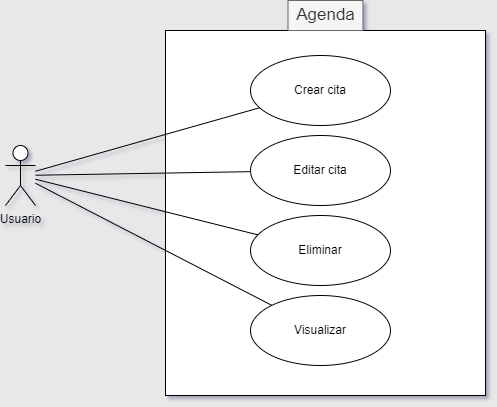
CH3MOO/SpecialityX keeps this draw.io diagram as CU003_Agenda.png. Above is the earlier version. Source tidied: cells renumbered, new cells last; positions are measured from the earlier drawing's top-left corner, leaving out a move shared by most shapes. Its diagram source:
```xml
<mxGraphModel background="#E8E8E8" shadow="1">
  <root>
    <mxCell id="0" />
    <mxCell id="1" parent="0" />
    <mxCell id="2" style="rounded=0;whiteSpace=wrap;html=1;" parent="1" vertex="1">
      <mxGeometry x="160" y="30" width="320" height="365" as="geometry" />
    </mxCell>
    <mxCell id="3" value="Usuario" style="shape=umlActor;verticalLabelPosition=bottom;verticalAlign=top;html=1;outlineConnect=0;" parent="1" vertex="1">
      <mxGeometry y="145" width="30" height="60" as="geometry" />
    </mxCell>
    <mxCell id="4" value="&lt;font style=&quot;vertical-align: inherit; font-size: 17px;&quot;&gt;&lt;font style=&quot;vertical-align: inherit; font-size: 17px;&quot;&gt;Agenda&lt;/font&gt;&lt;/font&gt;" style="text;html=1;align=center;verticalAlign=middle;whiteSpace=wrap;rounded=0;fillColor=#f5f5f5;fontColor=#333333;strokeColor=#666666;fontSize=17;" parent="1" vertex="1">
      <mxGeometry x="282.5" width="75" height="30" as="geometry" />
    </mxCell>
    <mxCell id="5" value="Crear cita" style="ellipse;whiteSpace=wrap;html=1;" parent="1" vertex="1">
      <mxGeometry x="245" y="55" width="140" height="70" as="geometry" />
    </mxCell>
    <mxCell id="6" value="Editar cita" style="ellipse;whiteSpace=wrap;html=1;" parent="1" vertex="1">
      <mxGeometry x="245" y="135" width="140" height="70" as="geometry" />
    </mxCell>
    <mxCell id="7" value="Eliminar" style="ellipse;whiteSpace=wrap;html=1;" parent="1" vertex="1">
      <mxGeometry x="245" y="215" width="140" height="70" as="geometry" />
    </mxCell>
    <mxCell id="8" value="Visualizar" style="ellipse;whiteSpace=wrap;html=1;" parent="1" vertex="1">
      <mxGeometry x="245" y="295" width="140" height="70" as="geometry" />
    </mxCell>
    <mxCell id="9" style="endArrow=none;html=1;rounded=0;" parent="1" edge="1" source="3" target="5">
      <mxGeometry relative="1" as="geometry" />
    </mxCell>
    <mxCell id="10" style="endArrow=none;html=1;rounded=0;" parent="1" edge="1" source="3" target="6">
      <mxGeometry relative="1" as="geometry" />
    </mxCell>
    <mxCell id="11" style="endArrow=none;html=1;rounded=0;" parent="1" edge="1" source="3" target="7">
      <mxGeometry relative="1" as="geometry" />
    </mxCell>
    <mxCell id="12" style="endArrow=none;html=1;rounded=0;" parent="1" edge="1" source="3" target="8">
      <mxGeometry relative="1" as="geometry" />
    </mxCell>
  </root>
</mxGraphModel>
```
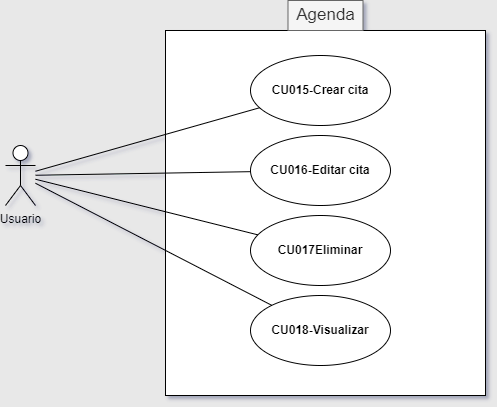
The same file after the commit.

The edit, as a diff of the source:
```diff
@@ -11,16 +11,16 @@
     <mxCell id="4" value="&lt;font style=&quot;vertical-align: inherit; font-size: 17px;&quot;&gt;&lt;font style=&quot;vertical-align: inherit; font-size: 17px;&quot;&gt;Agenda&lt;/font&gt;&lt;/font&gt;" style="text;html=1;align=center;verticalAlign=middle;whiteSpace=wrap;rounded=0;fillColor=#f5f5f5;fontColor=#333333;strokeColor=#666666;fontSize=17;" parent="1" vertex="1">
       <mxGeometry x="282.5" width="75" height="30" as="geometry" />
     </mxCell>
-    <mxCell id="5" value="Crear cita" style="ellipse;whiteSpace=wrap;html=1;" parent="1" vertex="1">
+    <mxCell id="5" value="&lt;span&gt;CU015-Crear cita&lt;/span&gt;" style="ellipse;whiteSpace=wrap;html=1;fontStyle=1;" parent="1" vertex="1">
       <mxGeometry x="245" y="55" width="140" height="70" as="geometry" />
     </mxCell>
-    <mxCell id="6" value="Editar cita" style="ellipse;whiteSpace=wrap;html=1;" parent="1" vertex="1">
+    <mxCell id="6" value="CU016-Editar cita" style="ellipse;whiteSpace=wrap;html=1;fontStyle=1;" parent="1" vertex="1">
       <mxGeometry x="245" y="135" width="140" height="70" as="geometry" />
     </mxCell>
-    <mxCell id="7" value="Eliminar" style="ellipse;whiteSpace=wrap;html=1;" parent="1" vertex="1">
+    <mxCell id="7" value="CU017Eliminar" style="ellipse;whiteSpace=wrap;html=1;fontStyle=1;" parent="1" vertex="1">
       <mxGeometry x="245" y="215" width="140" height="70" as="geometry" />
     </mxCell>
-    <mxCell id="8" value="Visualizar" style="ellipse;whiteSpace=wrap;html=1;" parent="1" vertex="1">
+    <mxCell id="8" value="CU018-Visualizar" style="ellipse;whiteSpace=wrap;html=1;fontStyle=1;" parent="1" vertex="1">
       <mxGeometry x="245" y="295" width="140" height="70" as="geometry" />
     </mxCell>
     <mxCell id="9" style="endArrow=none;html=1;rounded=0;" parent="1" edge="1" source="3" target="5">
```
